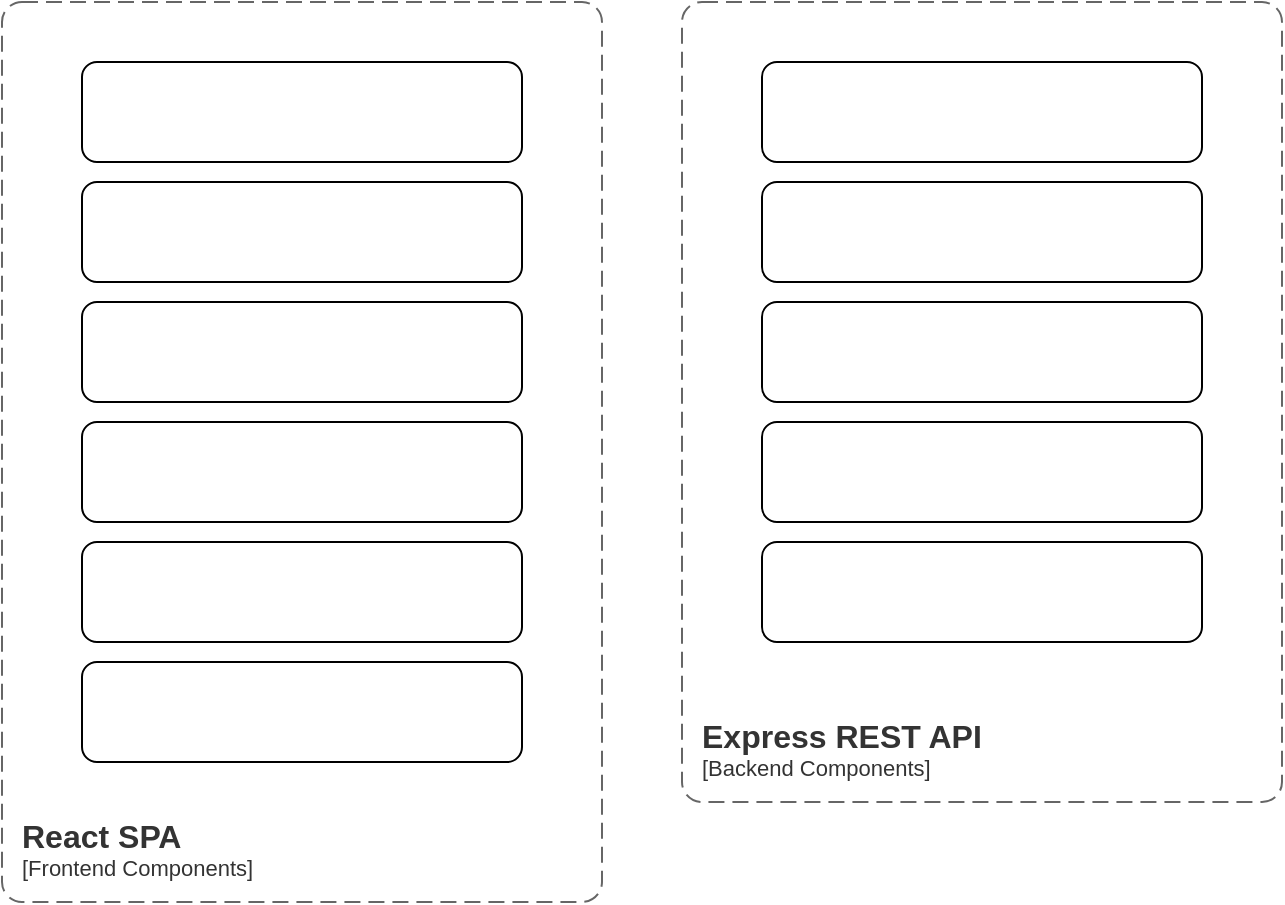
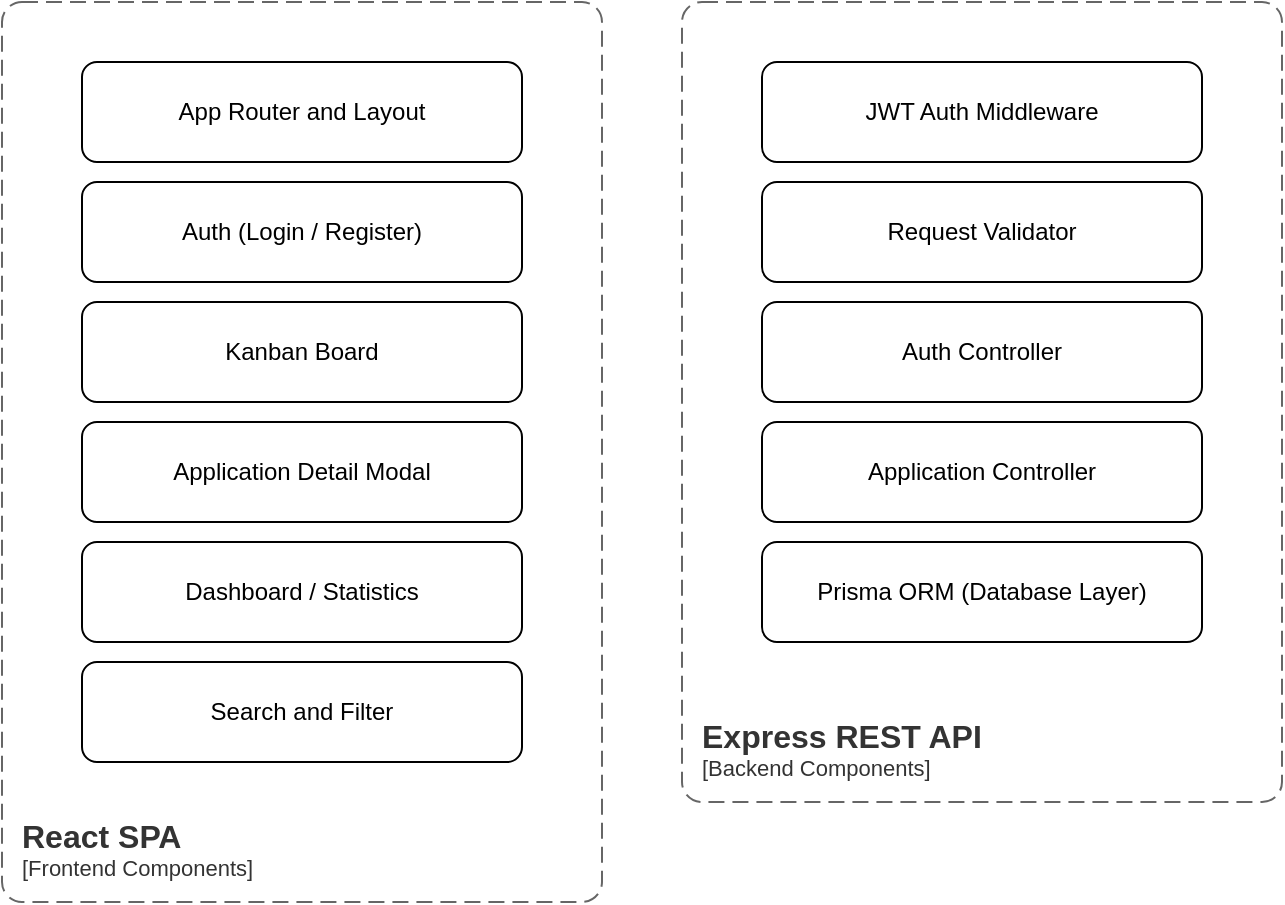
<mxfile host="app.diagrams.net">
  <diagram name="Page-1" id="xT802N5lbKtK9KzVrm70">
    <mxGraphModel dx="1417" dy="766" grid="1" gridSize="10" guides="1" tooltips="1" connect="1" arrows="1" fold="1" page="1" pageScale="1" pageWidth="850" pageHeight="1100" math="0" shadow="0">
      <root>
        <mxCell id="0" />
        <mxCell id="1" parent="0" />
        <object placeholders="1" c4Name="React SPA" c4Type="ContainerScopeBoundary" c4Application="Frontend Components" label="&lt;font style=&quot;font-size: 16px&quot;&gt;&lt;b&gt;&lt;div style=&quot;text-align: left&quot;&gt;%c4Name%&lt;/div&gt;&lt;/b&gt;&lt;/font&gt;&lt;div style=&quot;text-align: left&quot;&gt;[%c4Application%]&lt;/div&gt;" id="f1frLIjitfVD0vxHUTSj-2">
          <mxCell parent="1" style="rounded=1;fontSize=11;whiteSpace=wrap;html=1;dashed=1;arcSize=20;fillColor=none;strokeColor=#666666;fontColor=#333333;labelBackgroundColor=none;align=left;verticalAlign=bottom;labelBorderColor=none;spacingTop=0;spacing=10;dashPattern=8 4;metaEdit=1;rotatable=0;perimeter=rectanglePerimeter;noLabel=0;labelPadding=0;allowArrows=0;connectable=0;expand=0;recursiveResize=0;editable=1;pointerEvents=0;absoluteArcSize=1;points=[[0.25,0,0],[0.5,0,0],[0.75,0,0],[1,0.25,0],[1,0.5,0],[1,0.75,0],[0.75,1,0],[0.5,1,0],[0.25,1,0],[0,0.75,0],[0,0.5,0],[0,0.25,0]];" vertex="1">
            <mxGeometry height="450" width="300" x="100" y="260" as="geometry" />
          </mxCell>
        </object>
        <object placeholders="1" c4Name="Express REST API" c4Type="ContainerScopeBoundary" c4Application="Backend Components" label="&lt;font style=&quot;font-size: 16px&quot;&gt;&lt;b&gt;&lt;div style=&quot;text-align: left&quot;&gt;%c4Name%&lt;/div&gt;&lt;/b&gt;&lt;/font&gt;&lt;div style=&quot;text-align: left&quot;&gt;[%c4Application%]&lt;/div&gt;" id="f1frLIjitfVD0vxHUTSj-3">
          <mxCell parent="1" style="rounded=1;fontSize=11;whiteSpace=wrap;html=1;dashed=1;arcSize=20;fillColor=none;strokeColor=#666666;fontColor=#333333;labelBackgroundColor=none;align=left;verticalAlign=bottom;labelBorderColor=none;spacingTop=0;spacing=10;dashPattern=8 4;metaEdit=1;rotatable=0;perimeter=rectanglePerimeter;noLabel=0;labelPadding=0;allowArrows=0;connectable=0;expand=0;recursiveResize=0;editable=1;pointerEvents=0;absoluteArcSize=1;points=[[0.25,0,0],[0.5,0,0],[0.75,0,0],[1,0.25,0],[1,0.5,0],[1,0.75,0],[0.75,1,0],[0.5,1,0],[0.25,1,0],[0,0.75,0],[0,0.5,0],[0,0.25,0]];" vertex="1">
            <mxGeometry height="400" width="300" x="440" y="260" as="geometry" />
          </mxCell>
        </object>
-         <mxCell id="f1frLIjitfVD0vxHUTSj-5" parent="1" style="rounded=1;whiteSpace=wrap;html=1;" value="" vertex="1">
+         <mxCell id="f1frLIjitfVD0vxHUTSj-5" parent="1" style="rounded=1;whiteSpace=wrap;html=1;" value="App Router and Layout" vertex="1">
          <mxGeometry height="50" width="220" x="140" y="290" as="geometry" />
        </mxCell>
-         <mxCell id="f1frLIjitfVD0vxHUTSj-6" parent="1" style="rounded=1;whiteSpace=wrap;html=1;" value="" vertex="1">
+         <mxCell id="f1frLIjitfVD0vxHUTSj-6" parent="1" style="rounded=1;whiteSpace=wrap;html=1;" value="Auth (Login / Register)" vertex="1">
          <mxGeometry height="50" width="220" x="140" y="350" as="geometry" />
        </mxCell>
-         <mxCell id="f1frLIjitfVD0vxHUTSj-7" parent="1" style="rounded=1;whiteSpace=wrap;html=1;" value="" vertex="1">
+         <mxCell id="f1frLIjitfVD0vxHUTSj-7" parent="1" style="rounded=1;whiteSpace=wrap;html=1;" value="Kanban Board" vertex="1">
          <mxGeometry height="50" width="220" x="140" y="410" as="geometry" />
        </mxCell>
-         <mxCell id="f1frLIjitfVD0vxHUTSj-8" parent="1" style="rounded=1;whiteSpace=wrap;html=1;" value="" vertex="1">
+         <mxCell id="f1frLIjitfVD0vxHUTSj-8" parent="1" style="rounded=1;whiteSpace=wrap;html=1;" value="Application Detail Modal" vertex="1">
          <mxGeometry height="50" width="220" x="140" y="470" as="geometry" />
        </mxCell>
-         <mxCell id="f1frLIjitfVD0vxHUTSj-9" parent="1" style="rounded=1;whiteSpace=wrap;html=1;" value="" vertex="1">
+         <mxCell id="f1frLIjitfVD0vxHUTSj-9" parent="1" style="rounded=1;whiteSpace=wrap;html=1;" value="Dashboard / Statistics" vertex="1">
          <mxGeometry height="50" width="220" x="140" y="530" as="geometry" />
        </mxCell>
-         <mxCell id="f1frLIjitfVD0vxHUTSj-10" parent="1" style="rounded=1;whiteSpace=wrap;html=1;" value="" vertex="1">
+         <mxCell id="f1frLIjitfVD0vxHUTSj-10" parent="1" style="rounded=1;whiteSpace=wrap;html=1;" value="Search and Filter" vertex="1">
          <mxGeometry height="50" width="220" x="140" y="590" as="geometry" />
        </mxCell>
-         <mxCell id="f1frLIjitfVD0vxHUTSj-11" parent="1" style="rounded=1;whiteSpace=wrap;html=1;" value="" vertex="1">
+         <mxCell id="f1frLIjitfVD0vxHUTSj-11" parent="1" style="rounded=1;whiteSpace=wrap;html=1;" value="JWT Auth Middleware" vertex="1">
          <mxGeometry height="50" width="220" x="480" y="290" as="geometry" />
        </mxCell>
-         <mxCell id="f1frLIjitfVD0vxHUTSj-12" parent="1" style="rounded=1;whiteSpace=wrap;html=1;" value="" vertex="1">
+         <mxCell id="f1frLIjitfVD0vxHUTSj-12" parent="1" style="rounded=1;whiteSpace=wrap;html=1;" value="Request Validator" vertex="1">
          <mxGeometry height="50" width="220" x="480" y="350" as="geometry" />
        </mxCell>
-         <mxCell id="f1frLIjitfVD0vxHUTSj-13" parent="1" style="rounded=1;whiteSpace=wrap;html=1;" value="" vertex="1">
+         <mxCell id="f1frLIjitfVD0vxHUTSj-13" parent="1" style="rounded=1;whiteSpace=wrap;html=1;" value="Auth Controller" vertex="1">
          <mxGeometry height="50" width="220" x="480" y="410" as="geometry" />
        </mxCell>
-         <mxCell id="f1frLIjitfVD0vxHUTSj-14" parent="1" style="rounded=1;whiteSpace=wrap;html=1;" value="" vertex="1">
+         <mxCell id="f1frLIjitfVD0vxHUTSj-14" parent="1" style="rounded=1;whiteSpace=wrap;html=1;" value="Application Controller" vertex="1">
          <mxGeometry height="50" width="220" x="480" y="470" as="geometry" />
        </mxCell>
-         <mxCell id="f1frLIjitfVD0vxHUTSj-15" parent="1" style="rounded=1;whiteSpace=wrap;html=1;" value="" vertex="1">
+         <mxCell id="f1frLIjitfVD0vxHUTSj-15" parent="1" style="rounded=1;whiteSpace=wrap;html=1;" value="Prisma ORM (Database Layer)" vertex="1">
          <mxGeometry height="50" width="220" x="480" y="530" as="geometry" />
        </mxCell>
      </root>
    </mxGraphModel>
  </diagram>
</mxfile>
